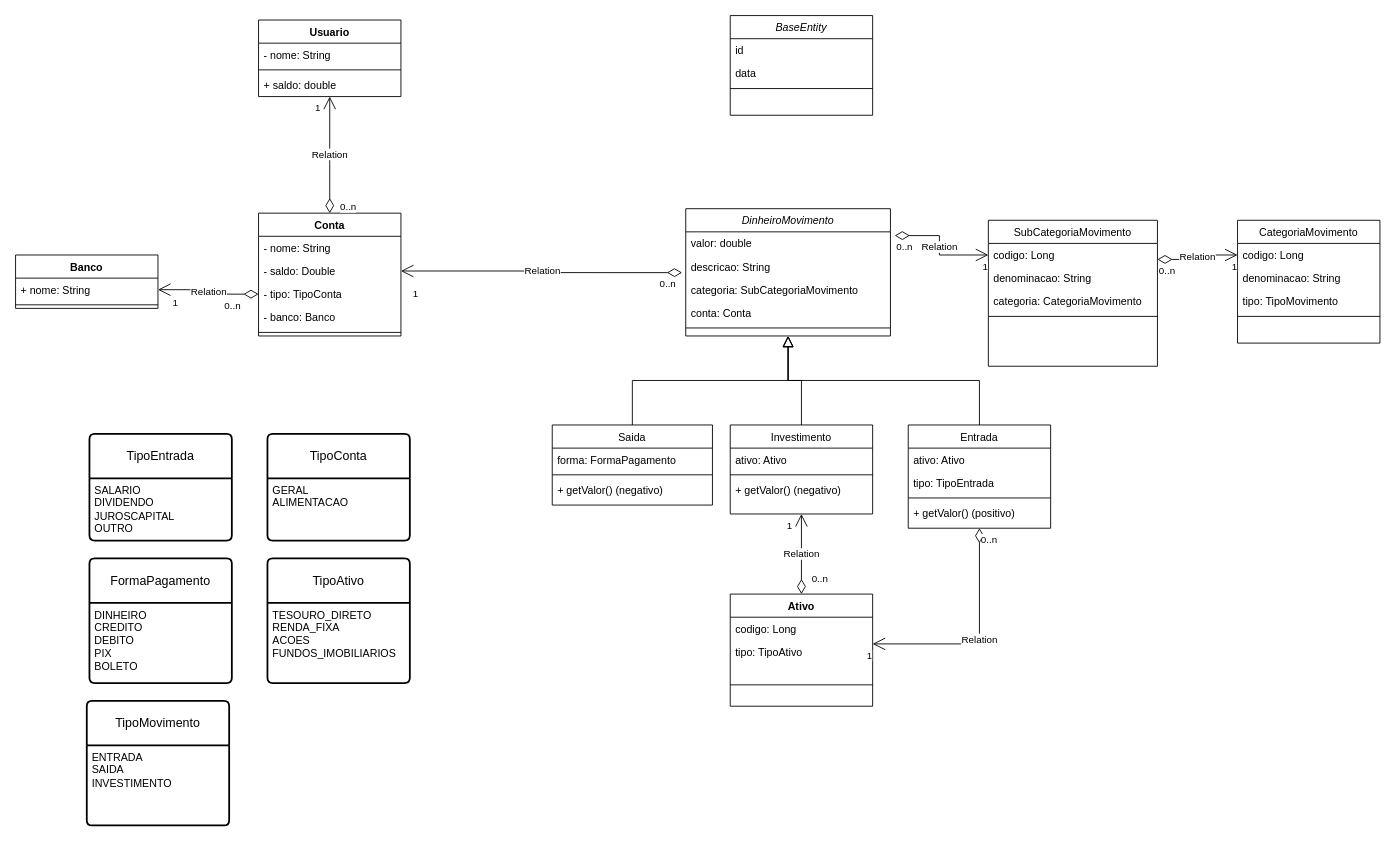
Earlier version of the draw.io diagram diagrama_uml.drawio (majutestoni/majusfinance). Source tidied: cells renumbered, new cells numbered last; positions are measured from the earlier drawing's top-left corner, leaving out a move shared by most shapes. Both pictures are drawn from the tidied source at 89%, with x=0, y=0 at pixel (15, 15).
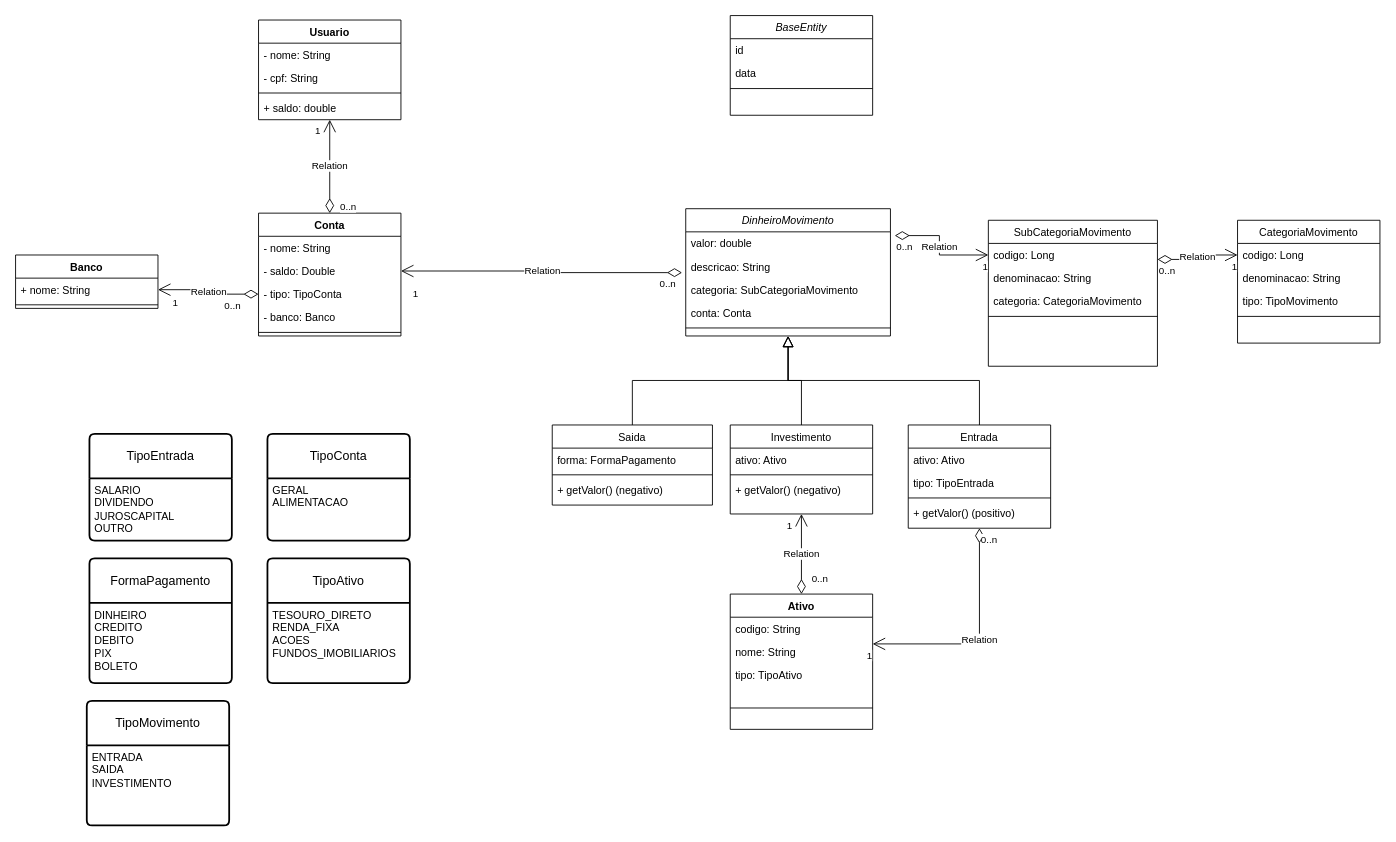
The same page after the edit.

The edit, as a diff of the source:
```diff
@@
     <mxCell id="40" value="Ativo" style="swimlane;fontStyle=1;align=center;verticalAlign=top;horizontal=1;startSize=26;whiteSpace=wrap;html=1;" parent="1" vertex="1">
-      <mxGeometry x="803" y="650" width="160" height="126" as="geometry" />
+      <mxGeometry x="803" y="650" width="160" height="152" as="geometry" />
     </mxCell>
-    <mxCell id="41" value="codigo: Long" style="text;align=left;verticalAlign=top;spacingLeft=4;spacingRight=4;overflow=hidden;rounded=0;shadow=0;html=0;" parent="40" vertex="1">
+    <mxCell id="41" value="codigo: String&#10;" style="text;align=left;verticalAlign=top;spacingLeft=4;spacingRight=4;overflow=hidden;rounded=0;shadow=0;html=0;" parent="40" vertex="1">
       <mxGeometry y="26" width="160" height="26" as="geometry" />
     </mxCell>
+    <mxCell id="86" value="nome: String&#10;" style="text;align=left;verticalAlign=top;spacingLeft=4;spacingRight=4;overflow=hidden;rounded=0;shadow=0;html=0;" parent="40" vertex="1">
+      <mxGeometry y="52" width="160" height="26" as="geometry" />
+    </mxCell>
     <mxCell id="42" value="tipo: TipoAtivo" style="text;align=left;verticalAlign=top;spacingLeft=4;spacingRight=4;overflow=hidden;rounded=0;shadow=0;html=0;" parent="40" vertex="1">
-      <mxGeometry y="52" width="160" height="26" as="geometry" />
+      <mxGeometry y="78" width="160" height="26" as="geometry" />
     </mxCell>
     <mxCell id="43" style="line;strokeWidth=1;fillColor=none;align=left;verticalAlign=middle;spacingTop=-1;spacingLeft=3;spacingRight=3;labelPosition=right;strokeColor=inherit;" parent="40" vertex="1">
-      <mxGeometry y="78" width="160" height="48" as="geometry" />
+      <mxGeometry y="104" width="160" height="48" as="geometry" />
     </mxCell>
@@
     <mxCell id="57" value="Usuario" style="swimlane;fontStyle=1;align=center;verticalAlign=top;horizontal=1;startSize=26;whiteSpace=wrap;html=1;" parent="1" vertex="1">
-      <mxGeometry x="273" y="5" width="160" height="86" as="geometry" />
+      <mxGeometry x="273" y="5" width="160" height="112" as="geometry" />
     </mxCell>
@@
+    <mxCell id="87" value="- cpf: String" style="text;strokeColor=none;fillColor=none;align=left;verticalAlign=top;spacingLeft=4;spacingRight=4;overflow=hidden;whiteSpace=wrap;html=1;" parent="57" vertex="1">
+      <mxGeometry y="52" width="160" height="26" as="geometry" />
+    </mxCell>
     <mxCell id="59" style="line;strokeWidth=1;fillColor=none;align=left;verticalAlign=middle;spacingTop=-1;spacingLeft=3;spacingRight=3;labelPosition=right;strokeColor=inherit;" parent="57" vertex="1">
-      <mxGeometry y="52" width="160" height="8" as="geometry" />
+      <mxGeometry y="78" width="160" height="8" as="geometry" />
     </mxCell>
     <mxCell id="60" value="+ saldo: double" style="text;strokeColor=none;fillColor=none;align=left;verticalAlign=top;spacingLeft=4;spacingRight=4;overflow=hidden;whiteSpace=wrap;html=1;" parent="57" vertex="1">
-      <mxGeometry y="60" width="160" height="26" as="geometry" />
+      <mxGeometry y="86" width="160" height="26" as="geometry" />
     </mxCell>
```
